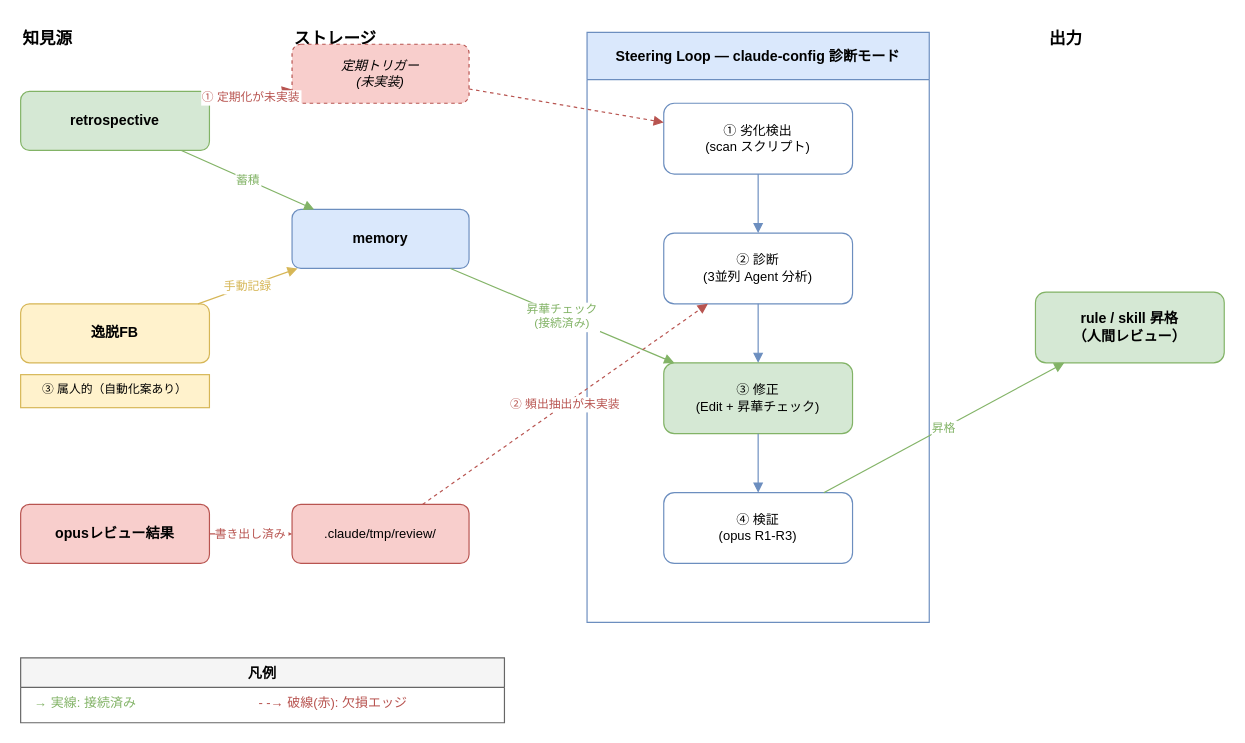
swat9013/dotfiles keeps this draw.io diagram as docs/steering-loop.drawio. Above is the earlier version. Source tidied: cells renumbered, new cells numbered last; positions are measured from the earlier drawing's top-left corner, leaving out a move shared by most shapes. Both pictures are drawn from the tidied source at 118%, with x=0, y=0 at pixel (20, 20).
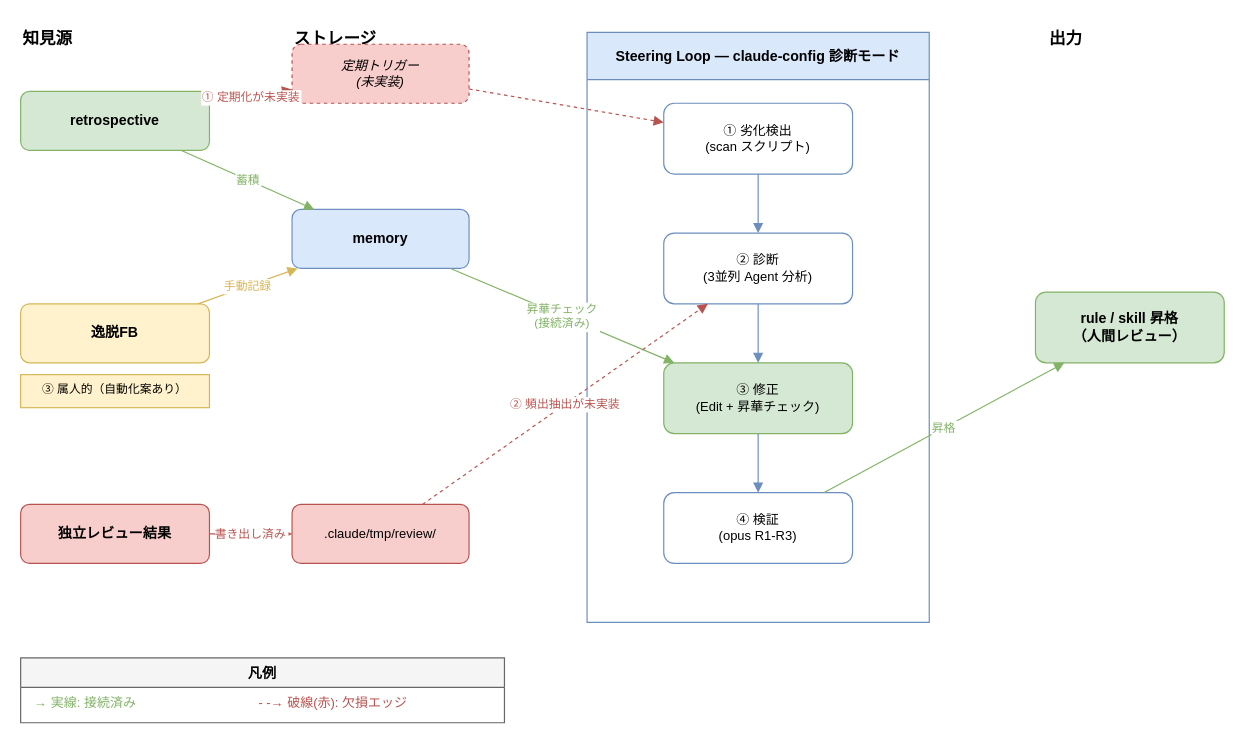
Above is the later version.

What changed in the source:
```diff
@@
-    <mxCell id="7" value="opusレビュー結果" style="rounded=1;whiteSpace=wrap;fillColor=#f8cecc;strokeColor=#b85450;fontStyle=1;fontSize=12;" parent="1" vertex="1">
+    <mxCell id="7" value="独立レビュー結果" style="rounded=1;whiteSpace=wrap;fillColor=#f8cecc;strokeColor=#b85450;fontStyle=1;fontSize=12;" parent="1" vertex="1">
       <mxGeometry y="410" width="160" height="50" as="geometry" />
     </mxCell>
```
